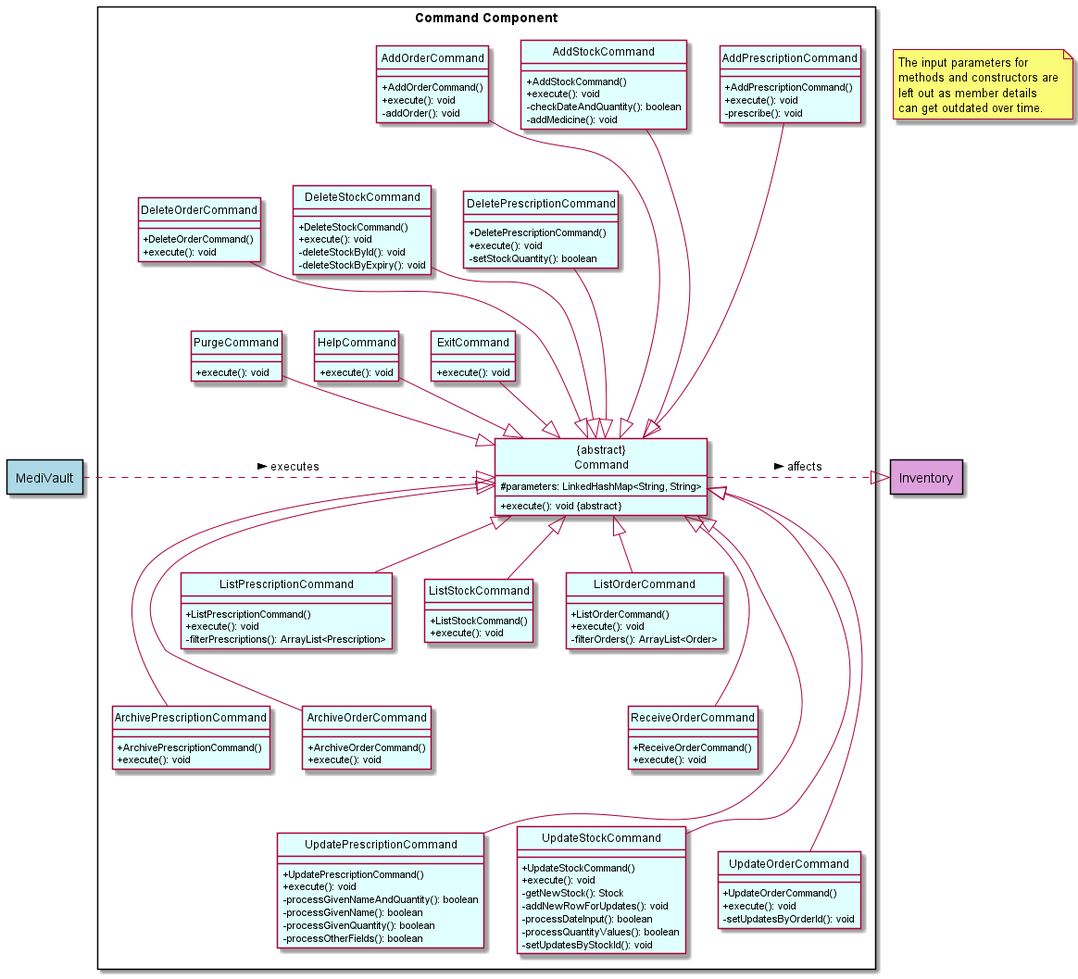
The PlantUML diagram docs/diagrams/diagram_images/CommandClassDiagram.png in nus-cs2113-AY2122S1/tp, before a commit.
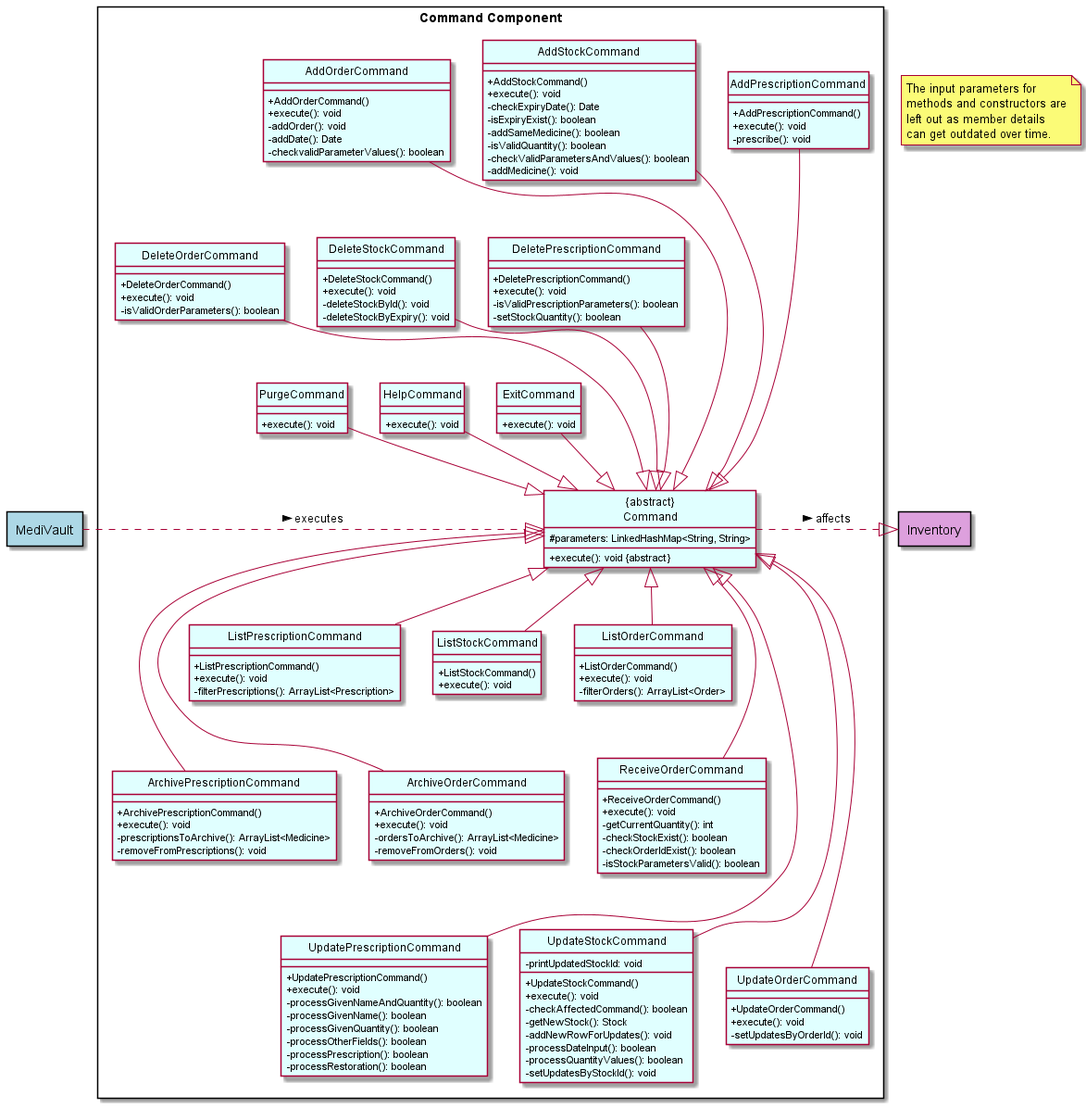
The same diagram one commit later.

Diff of the diagram source:
```diff
@@ -50,7 +50,11 @@
 class AddStockCommand {
     +AddStockCommand()
     +execute(): void
-    -checkDateAndQuantity(): boolean
+    -checkExpiryDate(): Date
+    -isExpiryExist(): boolean
+    -addSameMedicine(): boolean
+    -isValidQuantity(): boolean
+    -checkValidParametersAndValues(): boolean
     -addMedicine(): void
 }
 
@@ -58,21 +62,28 @@
     +AddOrderCommand()
     +execute(): void
     -addOrder(): void
+    -addDate(): Date
+    -checkvalidParameterValues(): boolean
 }
 
 class ArchivePrescriptionCommand {
     +ArchivePrescriptionCommand()
     +execute(): void
+    -prescriptionsToArchive(): ArrayList<Medicine>
+    -removeFromPrescriptions(): void
 }
 
 class ArchiveOrderCommand {
     +ArchiveOrderCommand()
     +execute(): void
+    -ordersToArchive(): ArrayList<Medicine>
+    -removeFromOrders(): void
 }
 
 class DeletePrescriptionCommand {
     +DeletePrescriptionCommand()
     +execute(): void
+    -isValidPrescriptionParameters(): boolean
     -setStockQuantity(): boolean
 }
 
@@ -86,6 +97,7 @@
 class DeleteOrderCommand {
     +DeleteOrderCommand()
     +execute(): void
+    -isValidOrderParameters(): boolean
 }
 
 class ExitCommand {
@@ -120,6 +132,10 @@
 class ReceiveOrderCommand {
     +ReceiveOrderCommand()
     +execute(): void
+    -getCurrentQuantity(): int
+    -checkStockExist(): boolean
+    -checkOrderIdExist(): boolean
+    -isStockParametersValid(): boolean
 }
 
 class UpdatePrescriptionCommand {
@@ -129,6 +145,8 @@
     -processGivenName(): boolean
     -processGivenQuantity(): boolean
     -processOtherFields(): boolean
+    -processPrescription(): boolean
+    -processRestoration(): boolean
 }
 
 class UpdateOrderCommand {
@@ -140,6 +158,8 @@
 class UpdateStockCommand {
     +UpdateStockCommand()
     +execute(): void
+    -printUpdatedStockId: void
+    -checkAffectedCommand(): boolean
     -getNewStock(): Stock
     -addNewRowForUpdates(): void
     -processDateInput(): boolean
```
